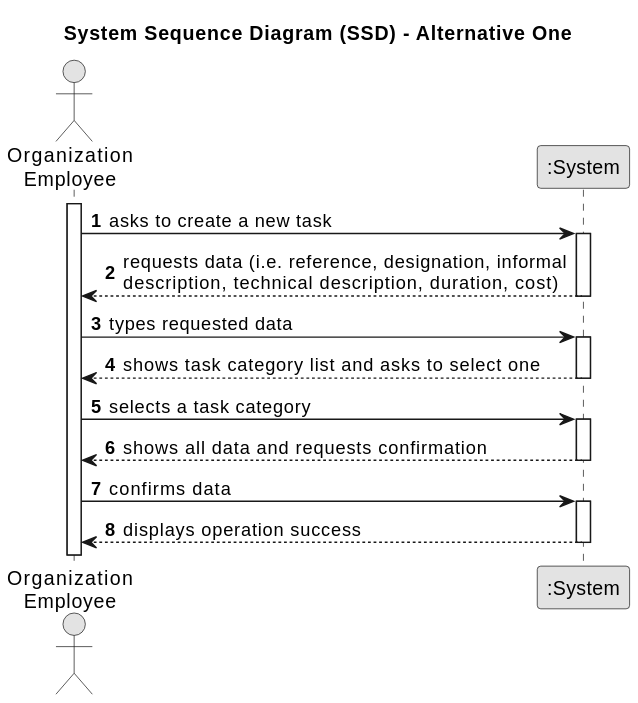
This is docs/sprintA/us004/01.requirements-engineering/svg/us004-system-sequence-diagram-alternative-one.svg from diogoveirospro/lei-24-s2-1dg-g072, a PlantUML export, as it was before one commit.
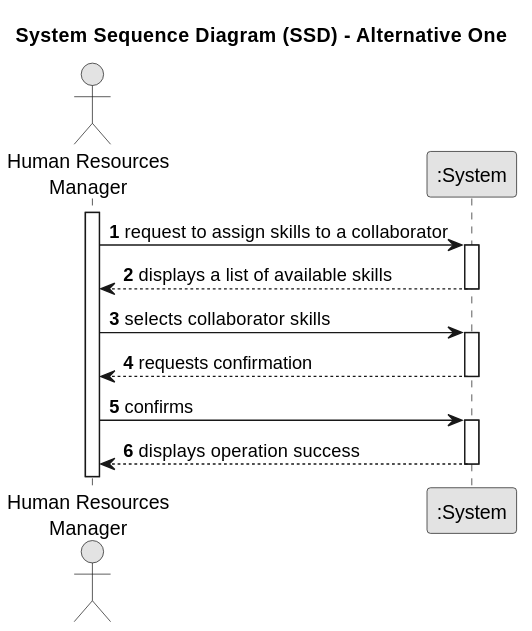
The same file after the commit.

The edit, as a diff of the source:
```diff
@@ -7,32 +7,26 @@
 
 autonumber
 
-actor "Organization\nEmployee" as Employee
+actor "Human Resources\nManager" as HRM
 participant ":System" as System
 
-activate Employee
+activate HRM
 
-    Employee -> System : asks to create a new task
+    HRM -> System : request to assign skills to a collaborator
     activate System
 
-        System --> Employee : requests data (i.e. reference, designation, informal\ndescription, technical description, duration, cost)
+        System --> HRM : displays a list of available skills
     deactivate System
 
-    Employee -> System : types requested data
+    HRM -> System : selects collaborator skills
     activate System
 
-        System --> Employee : shows task category list and asks to select one
+        System --> HRM : requests confirmation
     deactivate System
 
-    Employee -> System : selects a task category
+    HRM -> System : confirms
     activate System
 
-        System --> Employee : shows all data and requests confirmation
-    deactivate System
-
-    Employee -> System : confirms data
-    activate System
-
-        System --> Employee : displays operation success
+        System --> HRM : displays operation success
     deactivate System
 @enduml
```
